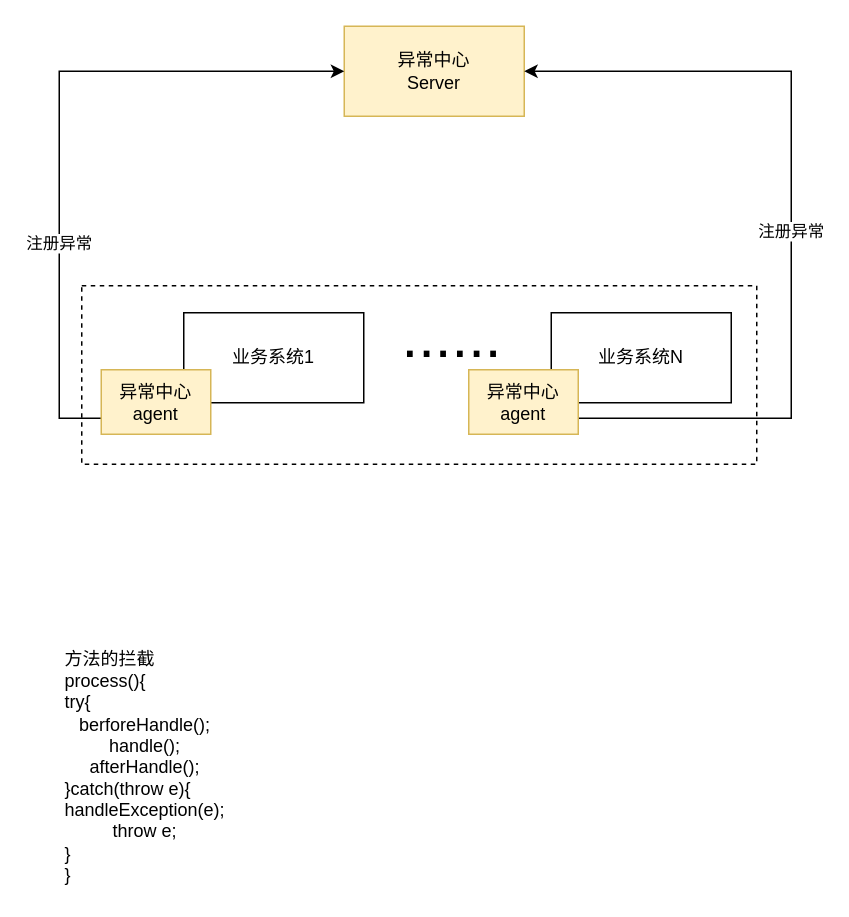
Before: page "监控-01" (4 of 6) of docs/自营业务梳理.drawio in lokiworks/codebase, a draw.io diagram. Source tidied: cells renumbered, new cells numbered last; positions are measured from the earlier drawing's top-left corner, leaving out a move shared by most shapes. Both pictures are drawn from the tidied source at 150%, with x=0, y=0 at pixel (58, 26).
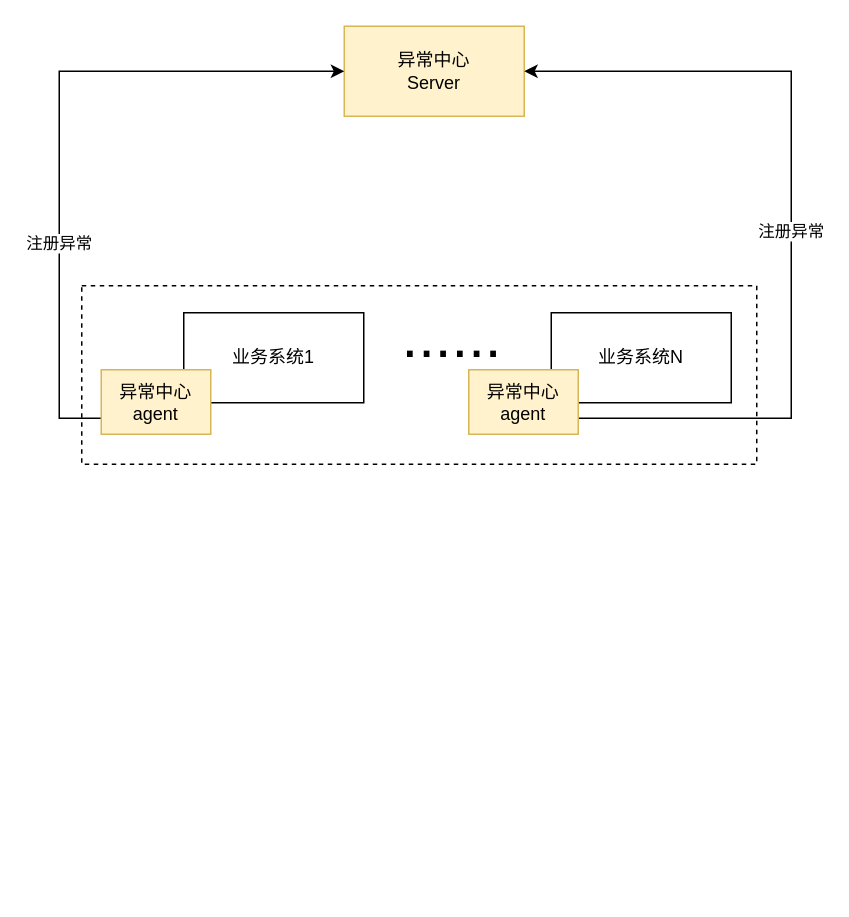
Above is the later version.

Diff of the diagram source:
```diff
@@
 <mxGraphModel>
   <root>
     <mxCell id="0" />
     <mxCell id="1" parent="0" />
     <mxCell id="2" style="rounded=0;whiteSpace=wrap;html=1;fontSize=40;strokeWidth=1;dashed=1;" parent="1" vertex="1">
       <mxGeometry x="15" y="173" width="450" height="119" as="geometry" />
     </mxCell>
     <mxCell id="3" value="异常中心&lt;br&gt;Server" style="rounded=0;whiteSpace=wrap;html=1;fillColor=#fff2cc;strokeColor=#d6b656;" parent="1" vertex="1">
       <mxGeometry x="190" width="120" height="60" as="geometry" />
     </mxCell>
     <mxCell id="4" value="业务系统1" style="rounded=0;whiteSpace=wrap;html=1;" parent="1" vertex="1">
       <mxGeometry x="83" y="191" width="120" height="60" as="geometry" />
     </mxCell>
     <mxCell id="5" value="业务系统N" style="rounded=0;whiteSpace=wrap;html=1;" parent="1" vertex="1">
       <mxGeometry x="328" y="191" width="120" height="60" as="geometry" />
     </mxCell>
     <mxCell id="6" style="edgeStyle=orthogonalEdgeStyle;rounded=0;jettySize=auto;html=1;exitX=0;exitY=0.75;exitDx=0;exitDy=0;entryX=0;entryY=0.5;entryDx=0;entryDy=0;" parent="1" edge="1" source="8" target="3">
       <mxGeometry relative="1" as="geometry">
         <Array as="points">
           <mxPoint y="261" />
           <mxPoint y="30" />
         </Array>
       </mxGeometry>
     </mxCell>
     <mxCell id="7" value="注册异常" style="edgeLabel;html=1;align=center;verticalAlign=middle;" parent="6" vertex="1">
       <mxGeometry x="-0.19" relative="1" as="geometry">
         <mxPoint x="-1" y="37" as="offset" />
       </mxGeometry>
     </mxCell>
     <mxCell id="8" value="异常中心&lt;br&gt;agent" style="rounded=0;whiteSpace=wrap;html=1;fillColor=#fff2cc;strokeColor=#d6b656;" parent="1" vertex="1">
       <mxGeometry x="28" y="229" width="73" height="43" as="geometry" />
     </mxCell>
     <mxCell id="9" style="edgeStyle=orthogonalEdgeStyle;rounded=0;jettySize=auto;html=1;exitX=1;exitY=0.75;exitDx=0;exitDy=0;entryX=1;entryY=0.5;entryDx=0;entryDy=0;" parent="1" edge="1" source="12" target="3">
       <mxGeometry relative="1" as="geometry">
         <Array as="points">
           <mxPoint x="488" y="261" />
           <mxPoint x="488" y="30" />
         </Array>
       </mxGeometry>
     </mxCell>
     <mxCell id="10" style="edgeLabel;html=1;align=center;verticalAlign=middle;" parent="9" vertex="1">
       <mxGeometry x="0.13" y="3" relative="1" as="geometry" />
     </mxCell>
     <mxCell id="11" value="注册异常" style="edgeLabel;html=1;align=center;verticalAlign=middle;" parent="9" vertex="1">
       <mxGeometry x="0.16" y="-1" relative="1" as="geometry">
         <mxPoint x="-2" y="53" as="offset" />
       </mxGeometry>
     </mxCell>
     <mxCell id="12" value="异常中心&lt;br&gt;agent" style="rounded=0;whiteSpace=wrap;html=1;fillColor=#fff2cc;strokeColor=#d6b656;" parent="1" vertex="1">
       <mxGeometry x="273" y="229" width="73" height="43" as="geometry" />
     </mxCell>
     <mxCell id="13" value="......" style="text;html=1;strokeColor=none;fillColor=none;align=center;verticalAlign=middle;whiteSpace=wrap;rounded=0;strokeWidth=1;fontSize=40;" parent="1" vertex="1">
       <mxGeometry x="232" y="191" width="60" height="30" as="geometry" />
     </mxCell>
-    <mxCell id="14" value="方法的拦截&lt;br&gt;process(){&lt;br&gt;&lt;span&gt; &lt;/span&gt;try{&lt;br&gt;&lt;div style=&quot;text-align: center&quot;&gt;&lt;span&gt;berforeHandle();&lt;/span&gt;&lt;/div&gt;&lt;span&gt;&lt;div style=&quot;text-align: center&quot;&gt;&lt;span&gt;handle();&lt;/span&gt;&lt;/div&gt; &lt;/span&gt;&lt;span&gt;&lt;div style=&quot;text-align: center&quot;&gt;&lt;span&gt;afterHandle();&lt;/span&gt;&lt;/div&gt; &lt;/span&gt;&lt;span&gt; &lt;/span&gt;}catch(throw e){&lt;br&gt;&lt;div style=&quot;text-align: center&quot;&gt;&lt;span&gt;handleException(e);&lt;/span&gt;&lt;/div&gt;&lt;div style=&quot;text-align: center&quot;&gt;&lt;span&gt;throw e;&lt;/span&gt;&lt;/div&gt;}&lt;br&gt;}" style="text;html=1;strokeColor=none;fillColor=none;align=left;verticalAlign=middle;whiteSpace=wrap;rounded=0;" parent="1" vertex="1">
-      <mxGeometry x="2" y="411" width="184" height="165" as="geometry" />
-    </mxCell>
   </root>
 </mxGraphModel>
```
